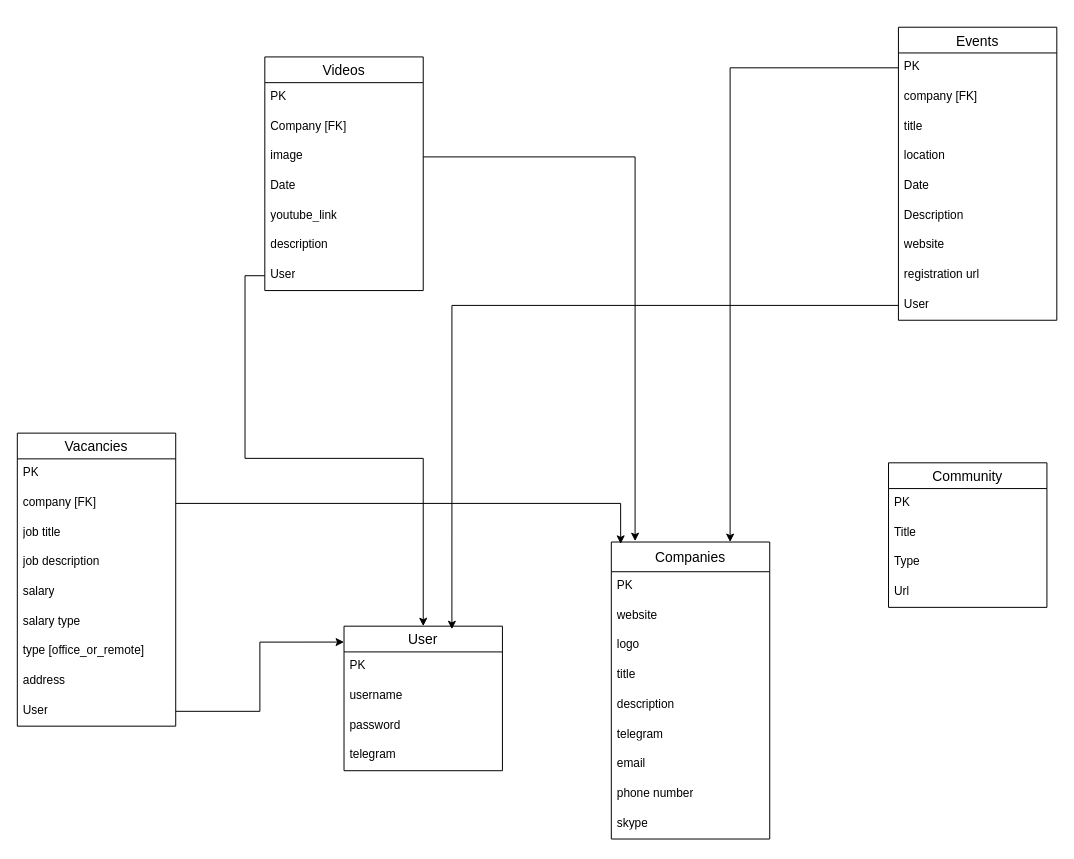
The draw.io diagram devkg.drawio in MeyiGi/database_schemas, before the edit. Source tidied: cells renumbered, new cells numbered last; positions are measured from the earlier drawing's top-left corner, leaving out a move shared by most shapes. Both pictures are drawn from the tidied source at 99%, with x=0, y=0 at pixel (17, 27).
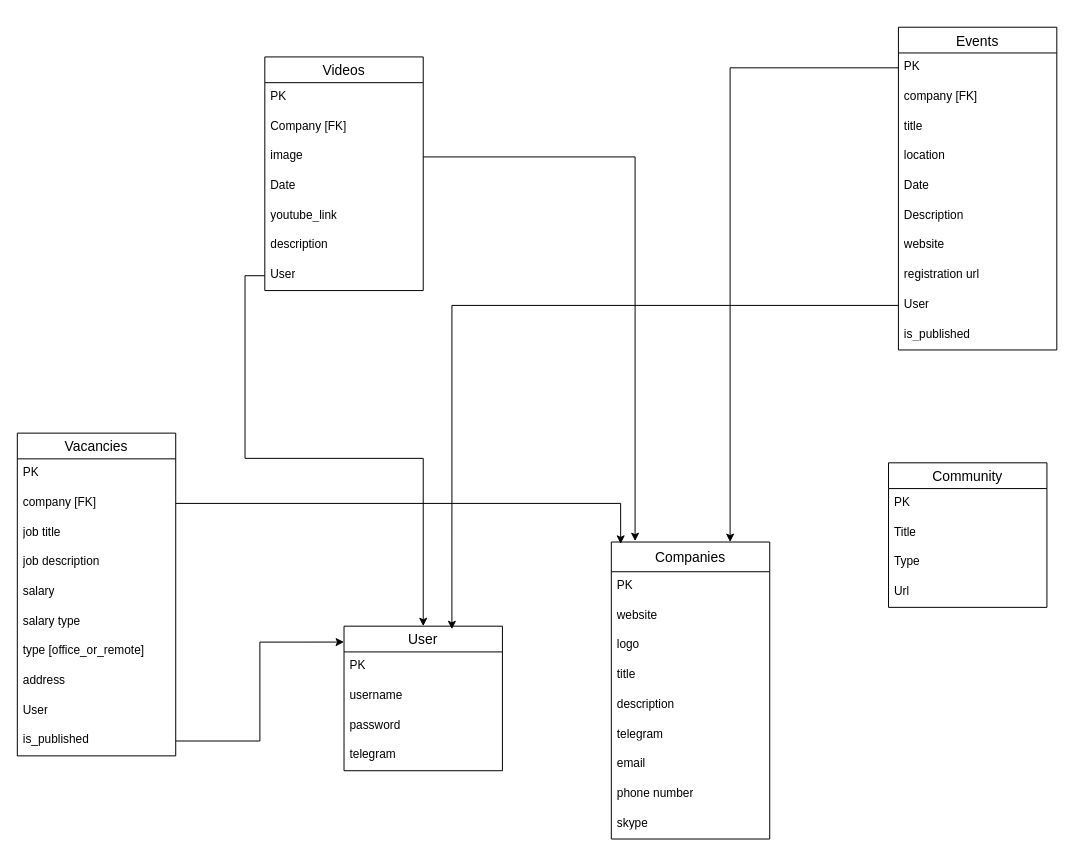
After the change.

What changed in the source:
```diff
@@
     <mxCell id="2" value="Vacancies" style="swimlane;fontStyle=0;horizontal=1;startSize=26;align=center;fontSize=14;" parent="1" vertex="1">
-      <mxGeometry y="410" width="160" height="296" as="geometry" />
+      <mxGeometry y="410" width="160" height="326" as="geometry" />
     </mxCell>
@@
+    <mxCell id="56" value="User" style="text;strokeColor=none;fillColor=none;spacingLeft=4;spacingRight=4;overflow=hidden;fontSize=12;whiteSpace=wrap;html=1;" parent="2" vertex="1">
+      <mxGeometry y="266" width="160" height="30" as="geometry" />
+    </mxCell>
-    <mxCell id="11" value="User" style="text;strokeColor=none;fillColor=none;spacingLeft=4;spacingRight=4;overflow=hidden;points=[[0,0.5],[1,0.5]];portConstraint=eastwest;fontSize=12;whiteSpace=wrap;html=1;" parent="2" vertex="1">
-      <mxGeometry y="266" width="160" height="30" as="geometry" />
+    <mxCell id="11" value="is_published" style="text;strokeColor=none;fillColor=none;spacingLeft=4;spacingRight=4;overflow=hidden;points=[[0,0.5],[1,0.5]];portConstraint=eastwest;fontSize=12;whiteSpace=wrap;html=1;" parent="2" vertex="1">
+      <mxGeometry y="296" width="160" height="30" as="geometry" />
     </mxCell>
@@
     <mxCell id="30" value="Events" style="swimlane;fontStyle=0;horizontal=1;startSize=26;align=center;fontSize=14;" parent="1" vertex="1">
-      <mxGeometry x="890" width="160" height="296" as="geometry" />
+      <mxGeometry x="890" width="160" height="326" as="geometry" />
     </mxCell>
@@
+    <mxCell id="57" value="is_published" style="text;strokeColor=none;fillColor=none;spacingLeft=4;spacingRight=4;overflow=hidden;fontSize=12;whiteSpace=wrap;html=1;" parent="30" vertex="1">
+      <mxGeometry y="296" width="160" height="30" as="geometry" />
+    </mxCell>
@@
+    <mxCell id="58" value="&amp;nbsp;" style="text;whiteSpace=wrap;html=1;" parent="1" vertex="1">
+      <mxGeometry x="620" y="-10" width="40" height="40" as="geometry" />
+    </mxCell>
```
